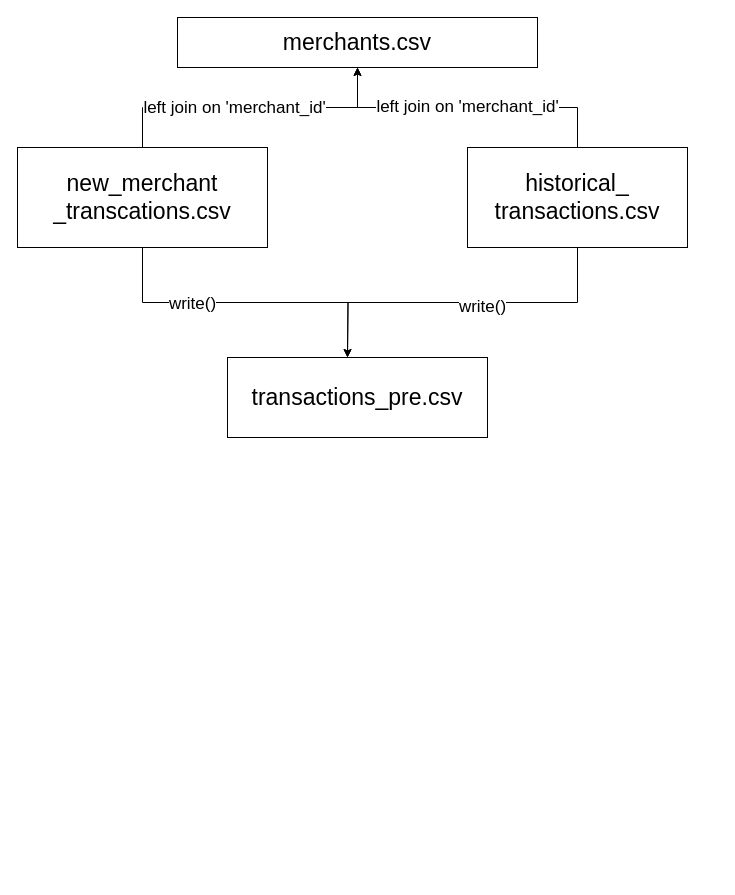
Above: assets/Untitled Diagram.drawio in thinkinbig/lama (draw.io), before the change. Source tidied: cells renumbered, new cells numbered last; positions are measured from the earlier drawing's top-left corner, leaving out a move shared by most shapes. Both pictures are drawn from the tidied source at 100%, with x=0, y=0 at pixel (17, 17).
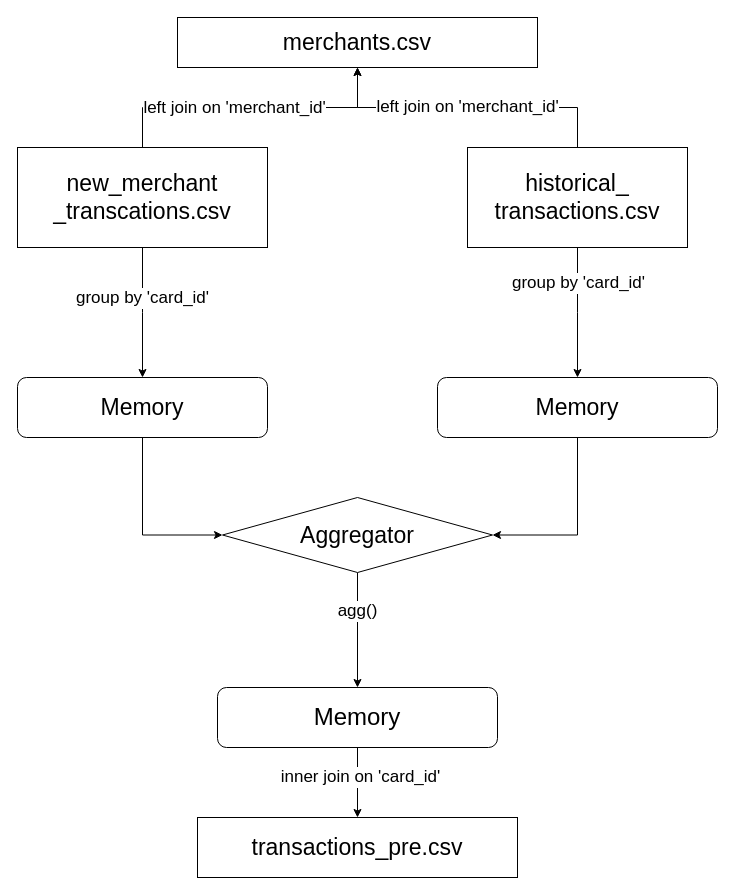
After the change.

The change refers to these unchanged cells:
```xml
<mxCell id="7" value="&lt;font style=&quot;font-size: 23px&quot;&gt;new_merchant&lt;br&gt;_transcations.csv&lt;/font&gt;" style="rounded=0;whiteSpace=wrap;html=1;" parent="1" vertex="1">
  <mxGeometry y="130" width="250" height="100" as="geometry" />
</mxCell>
<mxCell id="11" value="&lt;font style=&quot;font-size: 23px&quot;&gt;historical_&lt;br&gt;transactions.csv&lt;/font&gt;" style="rounded=0;whiteSpace=wrap;html=1;" parent="1" vertex="1">
  <mxGeometry x="450" y="130" width="220" height="100" as="geometry" />
</mxCell>
```

Change to the diagram source:
```diff
@@
-    <mxCell id="5" style="edgeStyle=orthogonalEdgeStyle;rounded=0;jettySize=auto;html=1;exitX=0.5;exitY=1;exitDx=0;exitDy=0;fontSize=23;" parent="1" edge="1" source="7">
-      <mxGeometry relative="1" as="geometry">
-        <mxPoint x="330" y="340" as="targetPoint" />
-      </mxGeometry>
-    </mxCell>
-    <mxCell id="6" value="&lt;font style=&quot;font-size: 17px&quot;&gt;write()&lt;/font&gt;" style="edgeLabel;html=1;align=center;verticalAlign=middle;fontSize=23;" parent="5" vertex="1">
-      <mxGeometry x="-0.34" y="2" relative="1" as="geometry" />
-    </mxCell>
+    <mxCell id="13" style="edgeStyle=orthogonalEdgeStyle;rounded=0;jettySize=auto;html=1;exitX=0.5;exitY=1;exitDx=0;exitDy=0;fontSize=17;" parent="1" edge="1" source="7">
+      <mxGeometry relative="1" as="geometry">
+        <mxPoint x="125" y="360" as="targetPoint" />
+      </mxGeometry>
+    </mxCell>
+    <mxCell id="14" value="group by 'card_id'" style="edgeLabel;html=1;align=center;verticalAlign=middle;fontSize=17;" parent="13" vertex="1">
+      <mxGeometry x="-0.23" y="-1" relative="1" as="geometry" />
+    </mxCell>
@@
-    <mxCell id="9" style="edgeStyle=orthogonalEdgeStyle;rounded=0;jettySize=auto;html=1;exitX=0.5;exitY=1;exitDx=0;exitDy=0;fontSize=23;" parent="1" edge="1" source="11">
-      <mxGeometry relative="1" as="geometry">
-        <mxPoint x="330" y="340" as="targetPoint" />
-      </mxGeometry>
-    </mxCell>
-    <mxCell id="10" value="&lt;font style=&quot;font-size: 17px&quot;&gt;write()&lt;/font&gt;" style="edgeLabel;html=1;align=center;verticalAlign=middle;fontSize=23;" parent="9" vertex="1">
-      <mxGeometry x="-0.11" y="1" relative="1" as="geometry" />
-    </mxCell>
+    <mxCell id="15" style="edgeStyle=orthogonalEdgeStyle;rounded=0;jettySize=auto;html=1;exitX=0.5;exitY=1;exitDx=0;exitDy=0;fontSize=17;" parent="1" edge="1" source="11">
+      <mxGeometry relative="1" as="geometry">
+        <mxPoint x="560" y="360" as="targetPoint" />
+      </mxGeometry>
+    </mxCell>
+    <mxCell id="16" value="group by 'card_id'" style="edgeLabel;html=1;align=center;verticalAlign=middle;fontSize=17;" parent="15" vertex="1">
+      <mxGeometry x="-0.46" relative="1" as="geometry" />
+    </mxCell>
@@
+    <mxCell id="17" style="edgeStyle=orthogonalEdgeStyle;rounded=0;jettySize=auto;html=1;exitX=0.5;exitY=1;exitDx=0;exitDy=0;entryX=0;entryY=0.5;entryDx=0;entryDy=0;fontSize=23;" parent="1" edge="1" source="18" target="23">
+      <mxGeometry relative="1" as="geometry" />
+    </mxCell>
+    <mxCell id="18" value="&lt;font style=&quot;font-size: 23px&quot;&gt;Memory&lt;/font&gt;" style="rounded=1;whiteSpace=wrap;html=1;fontSize=17;" parent="1" vertex="1">
+      <mxGeometry y="360" width="250" height="60" as="geometry" />
+    </mxCell>
+    <mxCell id="19" style="edgeStyle=orthogonalEdgeStyle;rounded=0;jettySize=auto;html=1;exitX=0.5;exitY=1;exitDx=0;exitDy=0;entryX=1;entryY=0.5;entryDx=0;entryDy=0;fontSize=23;" parent="1" edge="1" source="20" target="23">
+      <mxGeometry relative="1" as="geometry" />
+    </mxCell>
+    <mxCell id="20" value="&lt;font style=&quot;font-size: 23px&quot;&gt;Memory&lt;/font&gt;" style="rounded=1;whiteSpace=wrap;html=1;fontSize=17;" parent="1" vertex="1">
+      <mxGeometry x="420" y="360" width="280" height="60" as="geometry" />
+    </mxCell>
+    <mxCell id="21" style="edgeStyle=orthogonalEdgeStyle;rounded=0;jettySize=auto;html=1;fontSize=17;" parent="1" edge="1" source="23">
+      <mxGeometry relative="1" as="geometry">
+        <mxPoint x="340" y="670" as="targetPoint" />
+      </mxGeometry>
+    </mxCell>
+    <mxCell id="22" value="agg()" style="edgeLabel;html=1;align=center;verticalAlign=middle;fontSize=17;" parent="21" vertex="1">
+      <mxGeometry x="-0.34" y="-1" relative="1" as="geometry" />
+    </mxCell>
+    <mxCell id="23" value="&lt;font style=&quot;font-size: 23px&quot;&gt;Aggregator&lt;/font&gt;" style="rhombus;whiteSpace=wrap;html=1;fontSize=17;" parent="1" vertex="1">
+      <mxGeometry x="205" y="480" width="270" height="75" as="geometry" />
+    </mxCell>
+    <mxCell id="24" style="edgeStyle=orthogonalEdgeStyle;rounded=0;jettySize=auto;html=1;exitX=0.5;exitY=1;exitDx=0;exitDy=0;fontSize=17;" parent="1" edge="1" source="26">
+      <mxGeometry relative="1" as="geometry">
+        <mxPoint x="340" y="800" as="targetPoint" />
+      </mxGeometry>
+    </mxCell>
+    <mxCell id="25" value="inner join on 'card_id'" style="edgeLabel;html=1;align=center;verticalAlign=middle;fontSize=17;" parent="24" vertex="1">
+      <mxGeometry x="-0.17" y="2" relative="1" as="geometry" />
+    </mxCell>
+    <mxCell id="26" value="&lt;font style=&quot;font-size: 24px&quot;&gt;Memory&lt;/font&gt;" style="rounded=1;whiteSpace=wrap;html=1;fontSize=17;" parent="1" vertex="1">
+      <mxGeometry x="200" y="670" width="280" height="60" as="geometry" />
+    </mxCell>
-    <mxCell id="12" value="transactions_pre.csv&lt;br&gt;" style="rounded=0;whiteSpace=wrap;html=1;fontSize=23;" parent="1" vertex="1">
-      <mxGeometry x="210" y="340" width="260" height="80" as="geometry" />
+    <mxCell id="12" value="transactions_pre.csv" style="rounded=0;whiteSpace=wrap;html=1;fontSize=23;" parent="1" vertex="1">
+      <mxGeometry x="180" y="800" width="320" height="60" as="geometry" />
     </mxCell>
```
